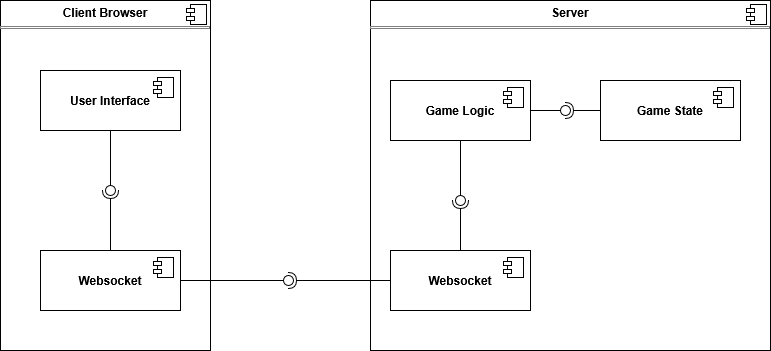
Earlier version of the draw.io export doc/diagram/component.drawio.png (RobinSteiger/ASAD). Source tidied: cells renumbered, new cells last; positions are measured from the earlier drawing's top-left corner, leaving out a move shared by most shapes.
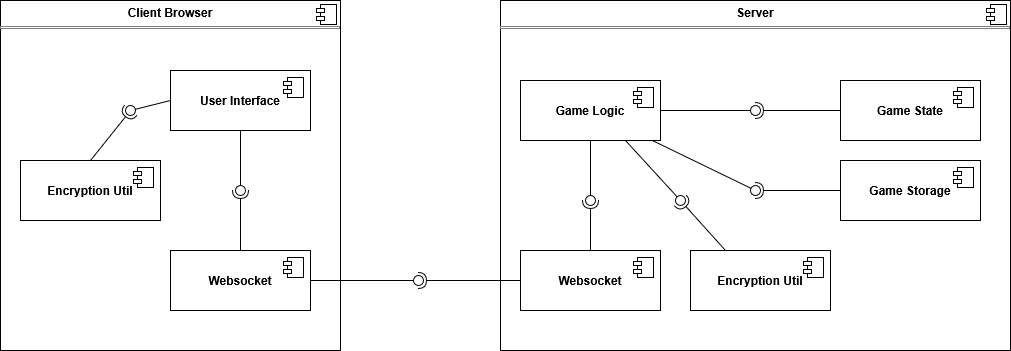
After the change.

Commit message:
start of ppt and updated component+class diagrams

Diff of the diagram source:
```diff
@@ -3,102 +3,162 @@
     <mxCell id="0" />
     <mxCell id="1" parent="0" />
     <mxCell id="2" value="&lt;p style=&quot;margin:0px;margin-top:6px;text-align:center;&quot;&gt;&lt;b&gt;Client Browser&lt;/b&gt;&lt;/p&gt;&lt;hr size=&quot;1&quot; style=&quot;border-style:solid;&quot;&gt;&lt;p style=&quot;margin:0px;margin-left:8px;&quot;&gt;&lt;br&gt;&lt;/p&gt;" style="align=left;overflow=fill;html=1;whiteSpace=wrap;" parent="1" vertex="1">
-      <mxGeometry width="210" height="350" as="geometry" />
+      <mxGeometry x="-130" width="340" height="350" as="geometry" />
     </mxCell>
-    <mxCell id="3" style="shape=component;jettyWidth=8;jettyHeight=4;" parent="2" vertex="1">
-      <mxGeometry x="1" width="20" height="20" relative="1" as="geometry">
-        <mxPoint x="-24" y="4" as="offset" />
-      </mxGeometry>
-    </mxCell>
+    <mxCell id="30" style="shape=component;jettyWidth=8;jettyHeight=4;" parent="2" vertex="1">
+      <mxGeometry x="1" width="20" height="20" relative="1" as="geometry">
+        <mxPoint x="-24" y="4" as="offset" />
+      </mxGeometry>
+    </mxCell>
     <mxCell id="4" value="&lt;p style=&quot;margin:0px;margin-top:6px;text-align:center;&quot;&gt;&lt;b&gt;Server&lt;/b&gt;&lt;/p&gt;&lt;hr size=&quot;1&quot; style=&quot;border-style:solid;&quot;&gt;&lt;p style=&quot;margin:0px;margin-left:8px;&quot;&gt;&lt;br&gt;&lt;/p&gt;" style="align=left;overflow=fill;html=1;whiteSpace=wrap;" parent="1" vertex="1">
-      <mxGeometry x="370" width="400" height="350" as="geometry" />
+      <mxGeometry x="370" width="510" height="350" as="geometry" />
     </mxCell>
-    <mxCell id="5" style="shape=component;jettyWidth=8;jettyHeight=4;" parent="4" vertex="1">
-      <mxGeometry x="1" width="20" height="20" relative="1" as="geometry">
-        <mxPoint x="-24" y="4" as="offset" />
-      </mxGeometry>
-    </mxCell>
-    <mxCell id="6" value="&lt;b&gt;Websocket&lt;/b&gt;" style="html=1;whiteSpace=wrap;" parent="1" vertex="1">
-      <mxGeometry x="40" y="250" width="140" height="60" as="geometry" />
-    </mxCell>
-    <mxCell id="7" style="shape=module;jettyWidth=8;jettyHeight=4;" parent="6" vertex="1">
-      <mxGeometry x="1" width="20" height="20" relative="1" as="geometry">
-        <mxPoint x="-27" y="7" as="offset" />
-      </mxGeometry>
-    </mxCell>
-    <mxCell id="8" value="&lt;b&gt;Websocket&lt;/b&gt;" style="html=1;whiteSpace=wrap;" parent="1" vertex="1">
-      <mxGeometry x="390" y="250" width="140" height="60" as="geometry" />
-    </mxCell>
-    <mxCell id="9" style="shape=module;jettyWidth=8;jettyHeight=4;" parent="8" vertex="1">
-      <mxGeometry x="1" width="20" height="20" relative="1" as="geometry">
-        <mxPoint x="-27" y="7" as="offset" />
-      </mxGeometry>
-    </mxCell>
+    <mxCell id="31" style="shape=component;jettyWidth=8;jettyHeight=4;" parent="4" vertex="1">
+      <mxGeometry x="1" width="20" height="20" relative="1" as="geometry">
+        <mxPoint x="-24" y="4" as="offset" />
+      </mxGeometry>
+    </mxCell>
+    <mxCell id="32" value="&lt;b&gt;Websocket&lt;/b&gt;" style="html=1;whiteSpace=wrap;" parent="1" vertex="1">
+      <mxGeometry x="40" y="250" width="140" height="60" as="geometry" />
+    </mxCell>
+    <mxCell id="33" style="shape=module;jettyWidth=8;jettyHeight=4;" parent="32" vertex="1">
+      <mxGeometry x="1" width="20" height="20" relative="1" as="geometry">
+        <mxPoint x="-27" y="7" as="offset" />
+      </mxGeometry>
+    </mxCell>
+    <mxCell id="34" value="&lt;b&gt;Websocket&lt;/b&gt;" style="html=1;whiteSpace=wrap;" parent="1" vertex="1">
+      <mxGeometry x="390" y="250" width="140" height="60" as="geometry" />
+    </mxCell>
+    <mxCell id="35" style="shape=module;jettyWidth=8;jettyHeight=4;" parent="34" vertex="1">
+      <mxGeometry x="1" width="20" height="20" relative="1" as="geometry">
+        <mxPoint x="-27" y="7" as="offset" />
+      </mxGeometry>
+    </mxCell>
     <mxCell id="10" value="&lt;b&gt;User Interface&lt;/b&gt;" style="html=1;whiteSpace=wrap;" parent="1" vertex="1">
       <mxGeometry x="40" y="70" width="140" height="60" as="geometry" />
     </mxCell>
-    <mxCell id="11" style="shape=module;jettyWidth=8;jettyHeight=4;" parent="10" vertex="1">
-      <mxGeometry x="1" width="20" height="20" relative="1" as="geometry">
-        <mxPoint x="-27" y="7" as="offset" />
-      </mxGeometry>
-    </mxCell>
+    <mxCell id="36" style="shape=module;jettyWidth=8;jettyHeight=4;" parent="10" vertex="1">
+      <mxGeometry x="1" width="20" height="20" relative="1" as="geometry">
+        <mxPoint x="-27" y="7" as="offset" />
+      </mxGeometry>
+    </mxCell>
     <mxCell id="12" value="&lt;b&gt;Game Logic&lt;/b&gt;" style="html=1;whiteSpace=wrap;" parent="1" vertex="1">
       <mxGeometry x="390" y="80" width="140" height="60" as="geometry" />
     </mxCell>
-    <mxCell id="13" style="shape=module;jettyWidth=8;jettyHeight=4;" parent="12" vertex="1">
-      <mxGeometry x="1" width="20" height="20" relative="1" as="geometry">
-        <mxPoint x="-27" y="7" as="offset" />
-      </mxGeometry>
-    </mxCell>
+    <mxCell id="37" style="shape=module;jettyWidth=8;jettyHeight=4;" parent="12" vertex="1">
+      <mxGeometry x="1" width="20" height="20" relative="1" as="geometry">
+        <mxPoint x="-27" y="7" as="offset" />
+      </mxGeometry>
+    </mxCell>
     <mxCell id="14" value="&lt;b&gt;Game State&lt;/b&gt;" style="html=1;whiteSpace=wrap;" parent="1" vertex="1">
-      <mxGeometry x="600" y="80" width="140" height="60" as="geometry" />
+      <mxGeometry x="710" y="80" width="140" height="60" as="geometry" />
     </mxCell>
-    <mxCell id="15" style="shape=module;jettyWidth=8;jettyHeight=4;" parent="14" vertex="1">
-      <mxGeometry x="1" width="20" height="20" relative="1" as="geometry">
-        <mxPoint x="-27" y="7" as="offset" />
-      </mxGeometry>
-    </mxCell>
-    <mxCell id="16" style="rounded=0;jettySize=auto;html=1;endArrow=halfCircle;endFill=0;endSize=6;strokeWidth=1;sketch=0;" parent="1" edge="1" source="14" target="18">
-      <mxGeometry relative="1" as="geometry" />
-    </mxCell>
-    <mxCell id="17" style="rounded=0;jettySize=auto;html=1;endArrow=oval;endFill=0;sketch=0;sourcePerimeterSpacing=0;targetPerimeterSpacing=0;endSize=10;entryX=0.8;entryY=0.22;entryDx=0;entryDy=0;entryPerimeter=0;" parent="1" edge="1" source="12" target="18">
-      <mxGeometry relative="1" as="geometry" />
-    </mxCell>
-    <mxCell id="18" style="ellipse;whiteSpace=wrap;html=1;align=center;fillColor=none;strokeColor=none;perimeter=centerPerimeter;points=[];outlineConnect=1;" parent="1" vertex="1">
-      <mxGeometry x="560" y="105" width="10" height="10" as="geometry" />
-    </mxCell>
-    <mxCell id="19" style="rounded=0;jettySize=auto;html=1;endArrow=halfCircle;endFill=0;endSize=6;strokeWidth=1;sketch=0;" parent="1" edge="1" source="8" target="21">
-      <mxGeometry relative="1" as="geometry" />
-    </mxCell>
-    <mxCell id="20" style="rounded=0;jettySize=auto;html=1;endArrow=oval;endFill=0;sketch=0;sourcePerimeterSpacing=0;targetPerimeterSpacing=0;endSize=10;" parent="1" edge="1" source="12" target="21">
-      <mxGeometry relative="1" as="geometry" />
-    </mxCell>
-    <mxCell id="21" style="ellipse;whiteSpace=wrap;html=1;align=center;fillColor=none;strokeColor=none;perimeter=centerPerimeter;points=[];outlineConnect=1;" parent="1" vertex="1">
-      <mxGeometry x="455" y="195" width="10" height="10" as="geometry" />
-    </mxCell>
-    <mxCell id="22" style="rounded=0;jettySize=auto;html=1;endArrow=halfCircle;endFill=0;endSize=6;strokeWidth=1;sketch=0;" parent="1" edge="1" source="6" target="24">
-      <mxGeometry relative="1" as="geometry" />
-    </mxCell>
-    <mxCell id="23" style="rounded=0;jettySize=auto;html=1;endArrow=oval;endFill=0;sketch=0;sourcePerimeterSpacing=0;targetPerimeterSpacing=0;endSize=10;" parent="1" edge="1" source="10" target="24">
-      <mxGeometry relative="1" as="geometry" />
-    </mxCell>
-    <mxCell id="24" style="ellipse;whiteSpace=wrap;html=1;align=center;fillColor=none;strokeColor=none;perimeter=centerPerimeter;points=[];outlineConnect=1;" parent="1" vertex="1">
-      <mxGeometry x="105" y="185" width="10" height="10" as="geometry" />
-    </mxCell>
-    <mxCell id="25" style="group;" parent="1" vertex="1">
-      <mxGeometry x="283" y="275" width="10" as="geometry" />
-    </mxCell>
+    <mxCell id="38" style="shape=module;jettyWidth=8;jettyHeight=4;" parent="14" vertex="1">
+      <mxGeometry x="1" width="20" height="20" relative="1" as="geometry">
+        <mxPoint x="-27" y="7" as="offset" />
+      </mxGeometry>
+    </mxCell>
+    <mxCell id="39" style="rounded=0;jettySize=auto;html=1;endArrow=halfCircle;endFill=0;endSize=6;strokeWidth=1;sketch=0;" parent="1" edge="1" source="14" target="41">
+      <mxGeometry relative="1" as="geometry" />
+    </mxCell>
+    <mxCell id="40" style="rounded=0;jettySize=auto;html=1;endArrow=oval;endFill=0;sketch=0;sourcePerimeterSpacing=0;targetPerimeterSpacing=0;endSize=10;entryX=0.8;entryY=0.22;entryDx=0;entryDy=0;entryPerimeter=0;" parent="1" edge="1" source="12" target="41">
+      <mxGeometry relative="1" as="geometry" />
+    </mxCell>
+    <mxCell id="41" style="ellipse;whiteSpace=wrap;html=1;align=center;fillColor=none;strokeColor=none;perimeter=centerPerimeter;points=[];outlineConnect=1;" parent="1" vertex="1">
+      <mxGeometry x="620" y="105" width="10" height="10" as="geometry" />
+    </mxCell>
+    <mxCell id="42" style="rounded=0;jettySize=auto;html=1;endArrow=halfCircle;endFill=0;endSize=6;strokeWidth=1;sketch=0;" parent="1" edge="1" source="34" target="44">
+      <mxGeometry relative="1" as="geometry" />
+    </mxCell>
+    <mxCell id="43" style="rounded=0;jettySize=auto;html=1;endArrow=oval;endFill=0;sketch=0;sourcePerimeterSpacing=0;targetPerimeterSpacing=0;endSize=10;" parent="1" edge="1" source="12" target="44">
+      <mxGeometry relative="1" as="geometry" />
+    </mxCell>
+    <mxCell id="44" style="ellipse;whiteSpace=wrap;html=1;align=center;fillColor=none;strokeColor=none;perimeter=centerPerimeter;points=[];outlineConnect=1;" parent="1" vertex="1">
+      <mxGeometry x="455" y="195" width="10" height="10" as="geometry" />
+    </mxCell>
+    <mxCell id="45" style="rounded=0;jettySize=auto;html=1;endArrow=halfCircle;endFill=0;endSize=6;strokeWidth=1;sketch=0;" parent="1" edge="1" source="32" target="47">
+      <mxGeometry relative="1" as="geometry" />
+    </mxCell>
+    <mxCell id="46" style="rounded=0;jettySize=auto;html=1;endArrow=oval;endFill=0;sketch=0;sourcePerimeterSpacing=0;targetPerimeterSpacing=0;endSize=10;" parent="1" edge="1" source="10" target="47">
+      <mxGeometry relative="1" as="geometry" />
+    </mxCell>
+    <mxCell id="47" style="ellipse;whiteSpace=wrap;html=1;align=center;fillColor=none;strokeColor=none;perimeter=centerPerimeter;points=[];outlineConnect=1;" parent="1" vertex="1">
+      <mxGeometry x="105" y="185" width="10" height="10" as="geometry" />
+    </mxCell>
+    <mxCell id="48" style="group;" parent="1" vertex="1">
+      <mxGeometry x="283" y="275" width="10" as="geometry" />
+    </mxCell>
-    <mxCell id="26" style="group;" parent="25" vertex="1">
+    <mxCell id="26" style="group;" parent="48" vertex="1">
       <mxGeometry width="10" as="geometry" />
     </mxCell>
     <mxCell id="27" style="ellipse;whiteSpace=wrap;html=1;align=center;fillColor=none;strokeColor=none;perimeter=centerPerimeter;points=[];outlineConnect=1;" parent="26" vertex="1">
       <mxGeometry width="10" height="10" as="geometry" />
     </mxCell>
-    <mxCell id="28" style="rounded=0;jettySize=auto;html=1;endArrow=oval;endFill=0;sketch=0;sourcePerimeterSpacing=0;targetPerimeterSpacing=0;endSize=10;" parent="25" edge="1" source="6" target="27">
-      <mxGeometry relative="1" as="geometry" />
-    </mxCell>
-    <mxCell id="29" style="rounded=0;jettySize=auto;html=1;endArrow=halfCircle;endFill=0;endSize=6;strokeWidth=1;sketch=0;" parent="25" edge="1" source="8" target="27">
-      <mxGeometry relative="1" as="geometry" />
-    </mxCell>
+    <mxCell id="49" style="rounded=0;jettySize=auto;html=1;endArrow=oval;endFill=0;sketch=0;sourcePerimeterSpacing=0;targetPerimeterSpacing=0;endSize=10;" parent="1" edge="1" source="32" target="27">
+      <mxGeometry relative="1" as="geometry" />
+    </mxCell>
+    <mxCell id="50" style="rounded=0;jettySize=auto;html=1;endArrow=halfCircle;endFill=0;endSize=6;strokeWidth=1;sketch=0;" parent="1" edge="1" source="34" target="27">
+      <mxGeometry relative="1" as="geometry" />
+    </mxCell>
+    <mxCell id="51" style="rounded=0;jettySize=auto;html=1;endArrow=halfCircle;endFill=0;endSize=6;strokeWidth=1;sketch=0;exitX=0.25;exitY=0;exitDx=0;exitDy=0;" parent="1" edge="1" source="56" target="53">
+      <mxGeometry relative="1" as="geometry" />
+    </mxCell>
+    <mxCell id="52" style="rounded=0;jettySize=auto;html=1;endArrow=oval;endFill=0;sketch=0;sourcePerimeterSpacing=0;targetPerimeterSpacing=0;endSize=10;entryX=0.8;entryY=0.22;entryDx=0;entryDy=0;entryPerimeter=0;exitX=0.75;exitY=1;exitDx=0;exitDy=0;" parent="1" edge="1" source="12" target="53">
+      <mxGeometry relative="1" as="geometry" />
+    </mxCell>
+    <mxCell id="53" style="ellipse;whiteSpace=wrap;html=1;align=center;fillColor=none;strokeColor=none;perimeter=centerPerimeter;points=[];outlineConnect=1;" parent="1" vertex="1">
+      <mxGeometry x="545" y="195" width="10" height="10" as="geometry" />
+    </mxCell>
+    <mxCell id="54" value="&lt;b&gt;Game Storage&lt;/b&gt;" style="html=1;whiteSpace=wrap;" parent="1" vertex="1">
+      <mxGeometry x="710" y="160" width="140" height="60" as="geometry" />
+    </mxCell>
+    <mxCell id="55" style="shape=module;jettyWidth=8;jettyHeight=4;" parent="54" vertex="1">
+      <mxGeometry x="1" width="20" height="20" relative="1" as="geometry">
+        <mxPoint x="-27" y="7" as="offset" />
+      </mxGeometry>
+    </mxCell>
+    <mxCell id="56" value="&lt;b&gt;Encryption Util&lt;/b&gt;" style="html=1;whiteSpace=wrap;" parent="1" vertex="1">
+      <mxGeometry x="560" y="250" width="140" height="60" as="geometry" />
+    </mxCell>
+    <mxCell id="57" style="shape=module;jettyWidth=8;jettyHeight=4;" parent="56" vertex="1">
+      <mxGeometry x="1" width="20" height="20" relative="1" as="geometry">
+        <mxPoint x="-27" y="7" as="offset" />
+      </mxGeometry>
+    </mxCell>
+    <mxCell id="58" style="rounded=0;jettySize=auto;html=1;endArrow=halfCircle;endFill=0;endSize=6;strokeWidth=1;sketch=0;" parent="1" edge="1" target="60">
+      <mxGeometry relative="1" as="geometry">
+        <mxPoint x="710" y="190" as="sourcePoint" />
+      </mxGeometry>
+    </mxCell>
+    <mxCell id="59" style="rounded=0;jettySize=auto;html=1;endArrow=oval;endFill=0;sketch=0;sourcePerimeterSpacing=0;targetPerimeterSpacing=0;endSize=10;entryX=0.8;entryY=0.22;entryDx=0;entryDy=0;entryPerimeter=0;" parent="1" edge="1" source="12" target="60">
+      <mxGeometry relative="1" as="geometry" />
+    </mxCell>
+    <mxCell id="60" style="ellipse;whiteSpace=wrap;html=1;align=center;fillColor=none;strokeColor=none;perimeter=centerPerimeter;points=[];outlineConnect=1;" parent="1" vertex="1">
+      <mxGeometry x="620" y="185" width="10" height="10" as="geometry" />
+    </mxCell>
+    <mxCell id="61" value="&lt;b&gt;Encryption Util&lt;/b&gt;" style="html=1;whiteSpace=wrap;" parent="1" vertex="1">
+      <mxGeometry x="-110" y="160" width="140" height="60" as="geometry" />
+    </mxCell>
+    <mxCell id="62" style="shape=module;jettyWidth=8;jettyHeight=4;" parent="61" vertex="1">
+      <mxGeometry x="1" width="20" height="20" relative="1" as="geometry">
+        <mxPoint x="-27" y="7" as="offset" />
+      </mxGeometry>
+    </mxCell>
+    <mxCell id="63" style="ellipse;whiteSpace=wrap;html=1;align=center;fillColor=none;strokeColor=none;perimeter=centerPerimeter;" parent="1" vertex="1">
+      <mxGeometry x="140" y="315" width="10" height="10" as="geometry" />
+    </mxCell>
+    <mxCell id="64" style="group;" parent="1" vertex="1">
+      <mxGeometry y="110" as="geometry" />
+    </mxCell>
+    <mxCell id="65" style="rounded=0;jettySize=auto;html=1;endArrow=halfCircle;endFill=0;endSize=6;strokeWidth=1;sketch=0;exitX=0.5;exitY=0;exitDx=0;exitDy=0;" parent="64" edge="1" source="61">
+      <mxGeometry relative="1" as="geometry">
+        <mxPoint as="targetPoint" />
+      </mxGeometry>
+    </mxCell>
+    <mxCell id="66" style="rounded=0;jettySize=auto;html=1;endArrow=oval;endFill=0;sketch=0;sourcePerimeterSpacing=0;targetPerimeterSpacing=0;endSize=10;exitX=0;exitY=0.5;exitDx=0;exitDy=0;" parent="64" edge="1" source="10">
+      <mxGeometry relative="1" as="geometry">
+        <mxPoint as="targetPoint" />
+      </mxGeometry>
+    </mxCell>
   </root>
 </mxGraphModel>
```
